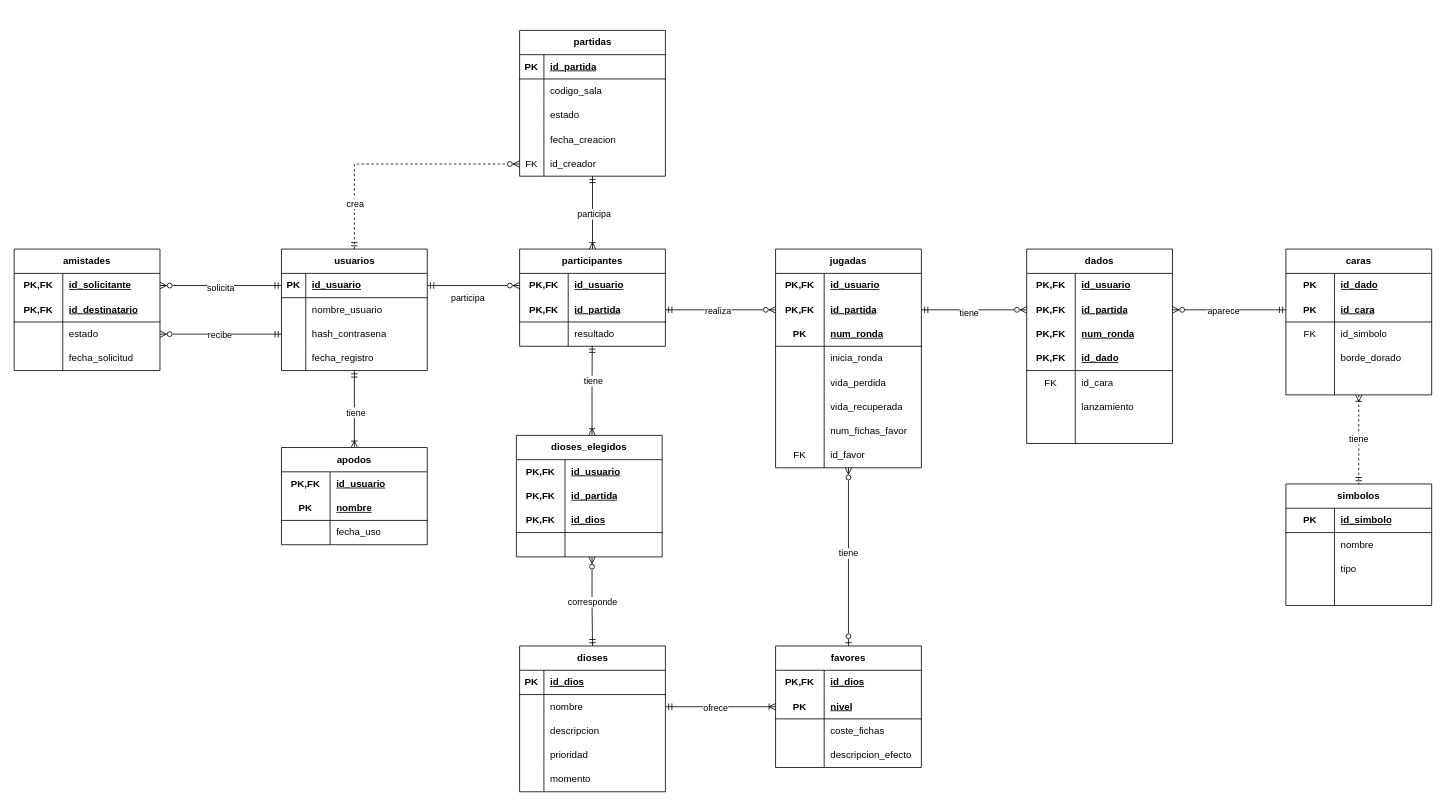
observadoro/mer keeps this draw.io diagram as page "modelo-relacional-v2" (3 of 3) of diagrams/modelado-proyecto-orlog.drawio. Above is the earlier version. Source tidied: cells renumbered, new cells numbered last; positions are measured from the earlier drawing's top-left corner, leaving out a move shared by most shapes. Both pictures are drawn from the tidied source at 81%, with x=0, y=0 at pixel (14, 30).
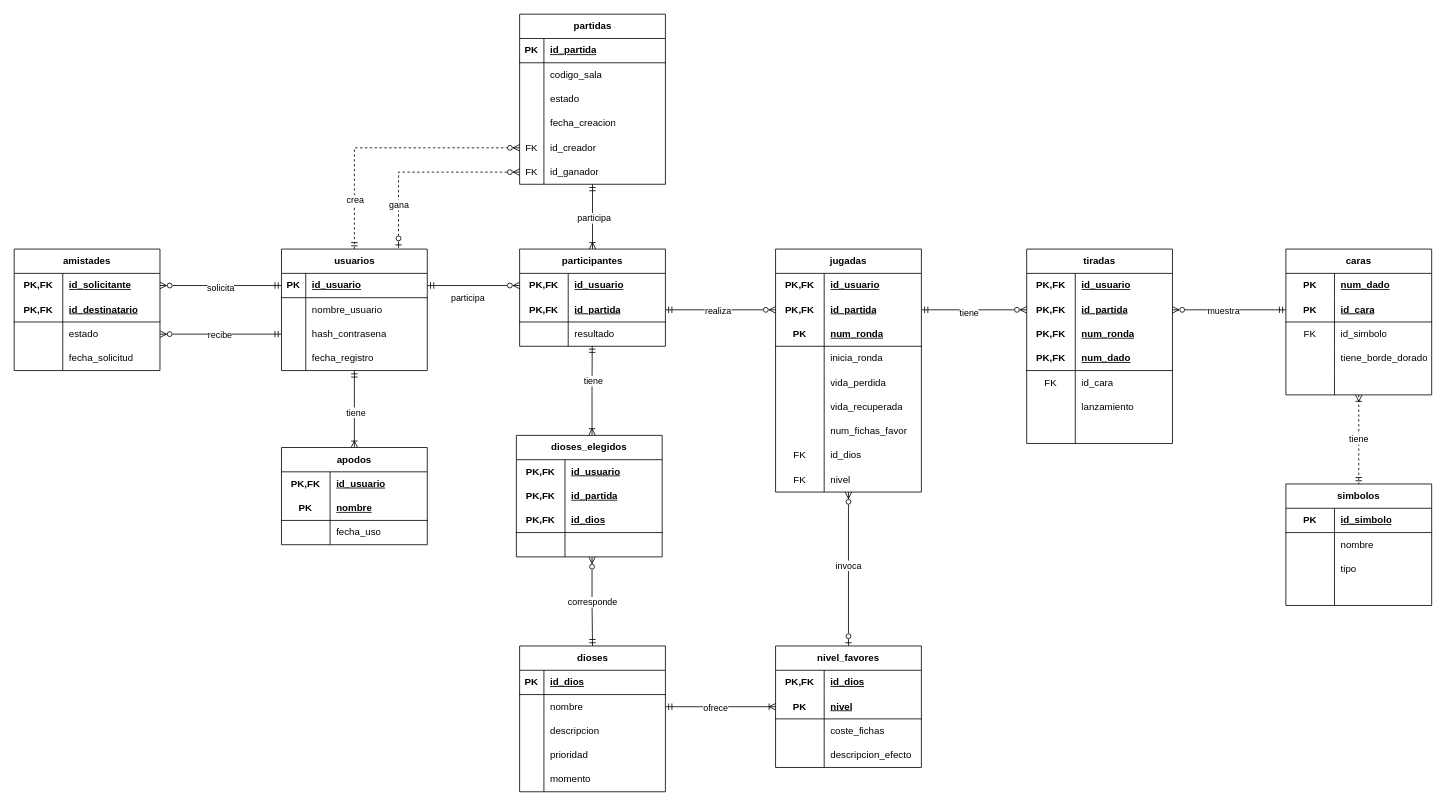
Above is the later version.

The change refers to these unchanged cells:
```xml
<mxCell id="6" value="usuarios" style="shape=table;startSize=30;childLayout=tableLayout;rowLines=0;fontStyle=1;align=center;html=1;" parent="1" vertex="1">
  <mxGeometry x="330" y="270" width="180" height="150" as="geometry" />
</mxCell>
<mxCell id="124" style="edgeStyle=orthogonalEdgeStyle;rounded=0;jettySize=auto;html=1;entryX=0.5;entryY=0;entryDx=0;entryDy=0;defaultLabelBackgroundColor=page;endArrow=ERzeroToOne;endFill=0;startArrow=ERzeroToMany;startFill=0;" parent="1" edge="1" source="126" target="92">
  <mxGeometry relative="1" as="geometry" />
</mxCell>
<mxCell id="148" style="shape=tableRow;horizontal=0;startSize=0;swimlaneHead=0;swimlaneBody=0;fillColor=none;top=0;left=0;right=0;bottom=0;html=1;" parent="126" vertex="1">
  <mxGeometry y="240" width="180" height="30" as="geometry" />
</mxCell>
<mxCell id="163" style="shape=tableRow;horizontal=0;startSize=0;swimlaneHead=0;swimlaneBody=0;fillColor=none;top=0;left=0;right=0;bottom=1;html=1;" parent="153" vertex="1">
  <mxGeometry y="120" width="180" height="30" as="geometry" />
</mxCell>
<mxCell id="180" style="shape=tableRow;horizontal=0;startSize=0;swimlaneHead=0;swimlaneBody=0;fillColor=none;top=0;left=0;right=0;bottom=0;html=1;" parent="179" vertex="1">
  <mxGeometry y="30" width="180" height="30" as="geometry" />
</mxCell>
<mxCell id="189" style="shape=tableRow;horizontal=0;startSize=0;swimlaneHead=0;swimlaneBody=0;fillColor=none;top=0;left=0;right=0;bottom=0;html=1;" parent="179" vertex="1">
  <mxGeometry y="120" width="180" height="30" as="geometry" />
</mxCell>
<mxCell id="197" style="edgeStyle=orthogonalEdgeStyle;rounded=0;jettySize=auto;html=1;entryX=1;entryY=0.5;entryDx=0;entryDy=0;defaultLabelBackgroundColor=page;endArrow=ERzeroToMany;endFill=0;startArrow=ERmandOne;startFill=0;" parent="1" edge="1" source="183" target="157">
  <mxGeometry relative="1" as="geometry" />
</mxCell>
```

The edit, as a diff of the source:
```diff
@@
     <mxCell id="21" value="partidas" style="shape=table;startSize=30;childLayout=tableLayout;rowLines=0;fontStyle=1;align=center;html=1;" parent="1" vertex="1">
-      <mxGeometry x="624" width="180" height="180" as="geometry" />
+      <mxGeometry x="624" y="-20" width="180" height="210" as="geometry" />
     </mxCell>
@@
+    <mxCell id="212" style="shape=tableRow;horizontal=0;startSize=0;swimlaneHead=0;swimlaneBody=0;fillColor=none;points=[[0,0.5],[1,0.5]];portConstraint=eastwest;top=0;left=0;right=0;bottom=0;" parent="21" vertex="1">
+      <mxGeometry y="180" width="180" height="30" as="geometry" />
+    </mxCell>
+    <mxCell id="213" value="FK" style="shape=partialRectangle;fillColor=none;top=0;left=0;bottom=0;right=0;overflow=hidden;whiteSpace=wrap;html=1;" parent="212" vertex="1">
+      <mxGeometry width="30" height="30" as="geometry" />
+    </mxCell>
+    <mxCell id="214" value="id_ganador" style="shape=partialRectangle;fillColor=none;top=0;left=0;bottom=0;right=0;align=left;spacingLeft=6;overflow=hidden;whiteSpace=wrap;html=1;" parent="212" vertex="1">
+      <mxGeometry x="30" width="150" height="30" as="geometry" />
+    </mxCell>
@@
-    <mxCell id="92" value="favores" style="shape=table;startSize=30;childLayout=tableLayout;rowLines=0;fontStyle=1;align=center;html=1;whiteSpace=wrap;" parent="1" vertex="1">
+    <mxCell id="92" value="nivel_favores" style="shape=table;startSize=30;childLayout=tableLayout;rowLines=0;fontStyle=1;align=center;html=1;whiteSpace=wrap;" parent="1" vertex="1">
       <mxGeometry x="940" y="760" width="180" height="150" as="geometry" />
     </mxCell>
@@
-    <mxCell id="125" value="tiene" style="edgeLabel;html=1;align=center;verticalAlign=middle;inheritText=1;defaultLabelBackgroundColor=page;" parent="124" vertex="1">
+    <mxCell id="125" value="invoca" style="edgeLabel;html=1;align=center;verticalAlign=middle;inheritText=1;defaultLabelBackgroundColor=page;" parent="124" vertex="1">
       <mxGeometry x="-0.05" y="-1" relative="1" as="geometry" />
     </mxCell>
     <mxCell id="126" value="jugadas" style="shape=table;startSize=30;childLayout=tableLayout;rowLines=0;fontStyle=1;align=center;html=1;whiteSpace=wrap;" parent="1" vertex="1">
-      <mxGeometry x="940" y="270" width="180" height="270" as="geometry" />
+      <mxGeometry x="940" y="270" width="180" height="300" as="geometry" />
     </mxCell>
@@
-    <mxCell id="150" value="id_favor" style="shape=partialRectangle;fillColor=none;top=0;left=0;bottom=0;right=0;align=left;spacingLeft=6;overflow=hidden;html=1;whiteSpace=wrap;" parent="148" vertex="1">
+    <mxCell id="150" value="id_dios" style="shape=partialRectangle;fillColor=none;top=0;left=0;bottom=0;right=0;align=left;spacingLeft=6;overflow=hidden;html=1;whiteSpace=wrap;" parent="148" vertex="1">
       <mxGeometry x="60" width="120" height="30" as="geometry" />
     </mxCell>
+    <mxCell id="215" style="shape=tableRow;horizontal=0;startSize=0;swimlaneHead=0;swimlaneBody=0;fillColor=none;top=0;left=0;right=0;bottom=0;html=1;" parent="126" vertex="1">
+      <mxGeometry y="270" width="180" height="30" as="geometry" />
+    </mxCell>
+    <mxCell id="216" value="FK" style="shape=partialRectangle;fillColor=none;top=0;left=0;bottom=0;right=0;overflow=hidden;html=1;whiteSpace=wrap;" parent="215" vertex="1">
+      <mxGeometry width="60" height="30" as="geometry" />
+    </mxCell>
+    <mxCell id="217" value="nivel" style="shape=partialRectangle;fillColor=none;top=0;left=0;bottom=0;right=0;align=left;spacingLeft=6;overflow=hidden;html=1;whiteSpace=wrap;" parent="215" vertex="1">
+      <mxGeometry x="60" width="120" height="30" as="geometry" />
+    </mxCell>
@@
-    <mxCell id="153" value="dados" style="shape=table;startSize=30;childLayout=tableLayout;rowLines=0;fontStyle=1;align=center;html=1;whiteSpace=wrap;" parent="1" vertex="1">
+    <mxCell id="153" value="tiradas" style="shape=table;startSize=30;childLayout=tableLayout;rowLines=0;fontStyle=1;align=center;html=1;whiteSpace=wrap;" parent="1" vertex="1">
       <mxGeometry x="1250" y="270" width="180" height="240" as="geometry" />
     </mxCell>
@@
-    <mxCell id="165" value="id_dado" style="shape=partialRectangle;fillColor=none;top=0;left=0;bottom=0;right=0;align=left;spacingLeft=6;fontStyle=5;overflow=hidden;html=1;whiteSpace=wrap;" parent="163" vertex="1">
+    <mxCell id="165" value="num_dado" style="shape=partialRectangle;fillColor=none;top=0;left=0;bottom=0;right=0;align=left;spacingLeft=6;fontStyle=5;overflow=hidden;html=1;whiteSpace=wrap;" parent="163" vertex="1">
       <mxGeometry x="60" width="120" height="30" as="geometry" />
     </mxCell>
@@
-    <mxCell id="182" value="id_dado" style="shape=partialRectangle;fillColor=none;top=0;left=0;bottom=0;right=0;align=left;spacingLeft=6;fontStyle=5;overflow=hidden;html=1;whiteSpace=wrap;" parent="180" vertex="1">
+    <mxCell id="182" value="num_dado" style="shape=partialRectangle;fillColor=none;top=0;left=0;bottom=0;right=0;align=left;spacingLeft=6;fontStyle=5;overflow=hidden;html=1;whiteSpace=wrap;" parent="180" vertex="1">
       <mxGeometry x="60" width="120" height="30" as="geometry" />
     </mxCell>
@@
-    <mxCell id="191" value="borde_dorado" style="shape=partialRectangle;fillColor=none;top=0;left=0;bottom=0;right=0;align=left;spacingLeft=6;overflow=hidden;html=1;whiteSpace=wrap;" parent="189" vertex="1">
+    <mxCell id="191" value="tiene_borde_dorado" style="shape=partialRectangle;fillColor=none;top=0;left=0;bottom=0;right=0;align=left;spacingLeft=6;overflow=hidden;html=1;whiteSpace=wrap;" parent="189" vertex="1">
       <mxGeometry x="60" width="120" height="30" as="geometry" />
     </mxCell>
@@
-    <mxCell id="198" value="aparece" style="edgeLabel;html=1;align=center;verticalAlign=middle;inheritText=1;defaultLabelBackgroundColor=page;" parent="197" vertex="1">
+    <mxCell id="198" value="muestra" style="edgeLabel;html=1;align=center;verticalAlign=middle;inheritText=1;defaultLabelBackgroundColor=page;" parent="197" vertex="1">
       <mxGeometry x="0.12" y="1" relative="1" as="geometry" />
     </mxCell>
@@
+    <mxCell id="218" style="edgeStyle=orthogonalEdgeStyle;rounded=0;jettySize=auto;html=1;entryX=0.803;entryY=-0.008;entryDx=0;entryDy=0;entryPerimeter=0;defaultLabelBackgroundColor=page;endArrow=ERzeroToOne;endFill=0;startArrow=ERzeroToMany;startFill=0;dashed=1;" parent="1" edge="1" source="212" target="6">
+      <mxGeometry x="-0.01" relative="1" as="geometry" />
+    </mxCell>
+    <mxCell id="219" value="gana" style="edgeLabel;html=1;align=center;verticalAlign=middle;inheritText=1;defaultLabelBackgroundColor=page;" parent="218" vertex="1">
+      <mxGeometry x="0.56" relative="1" as="geometry" />
+    </mxCell>
```
